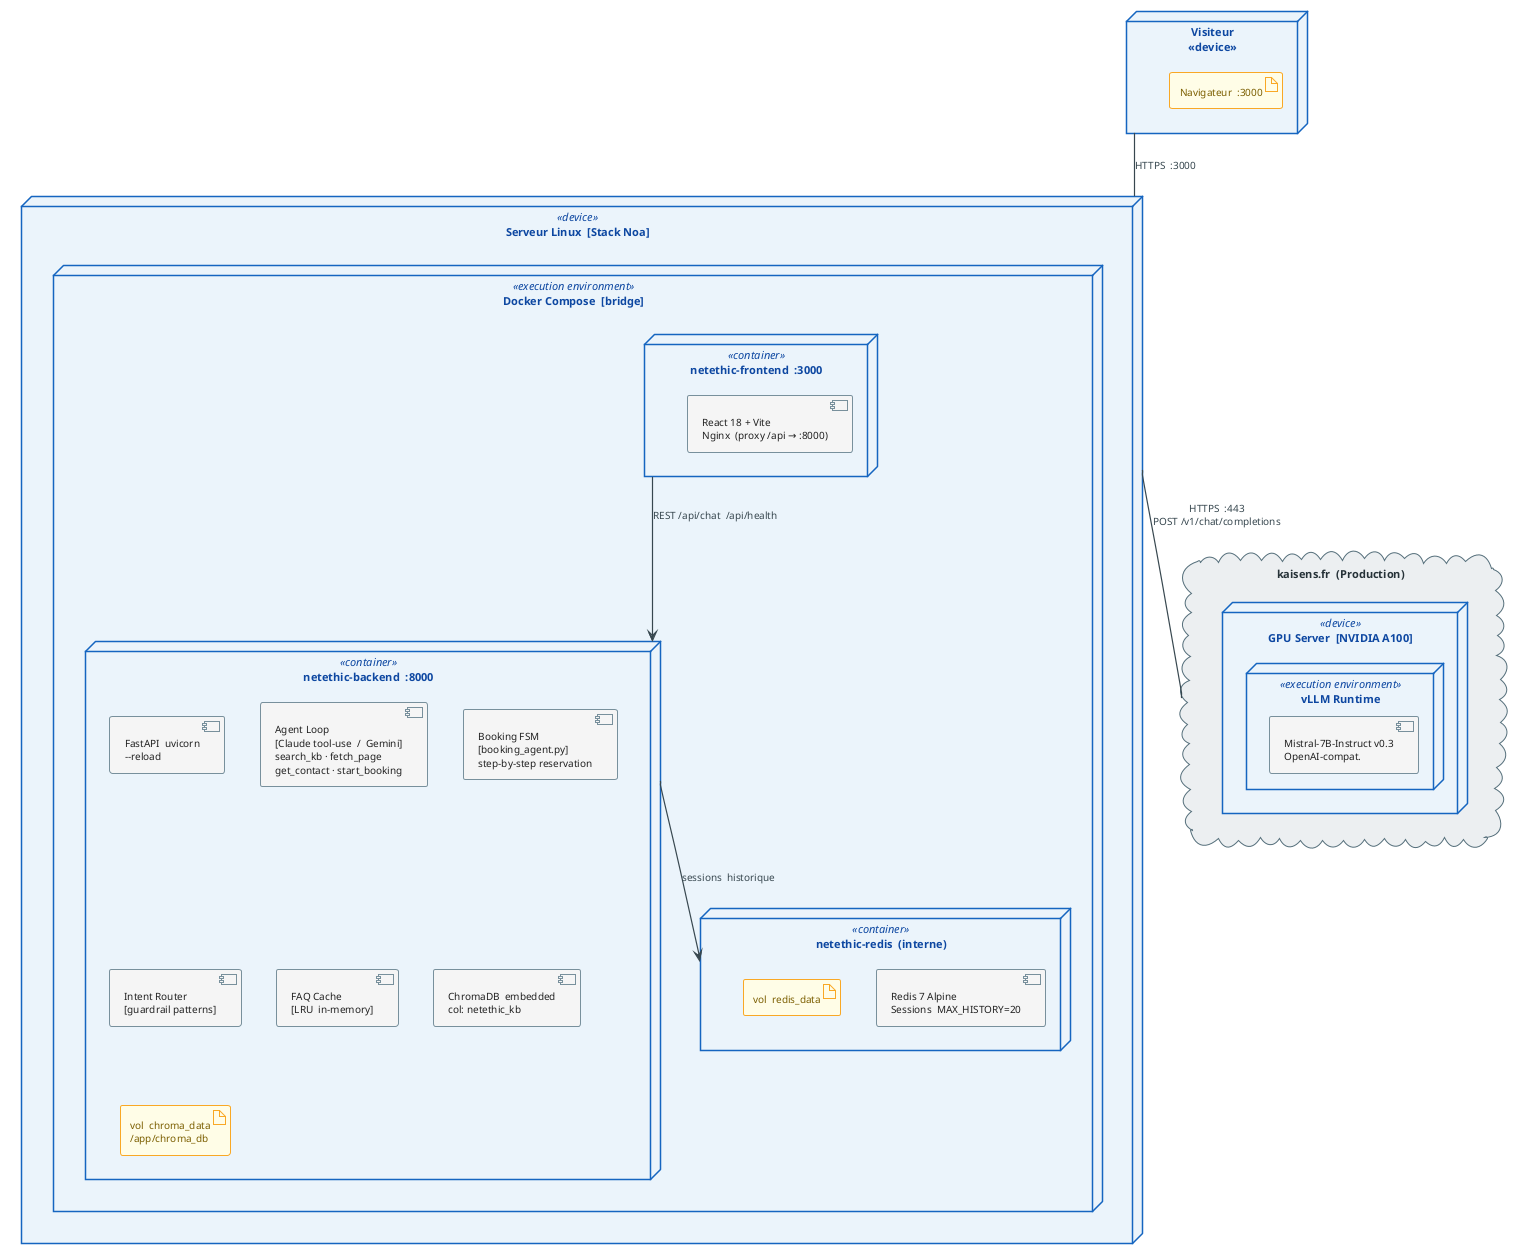
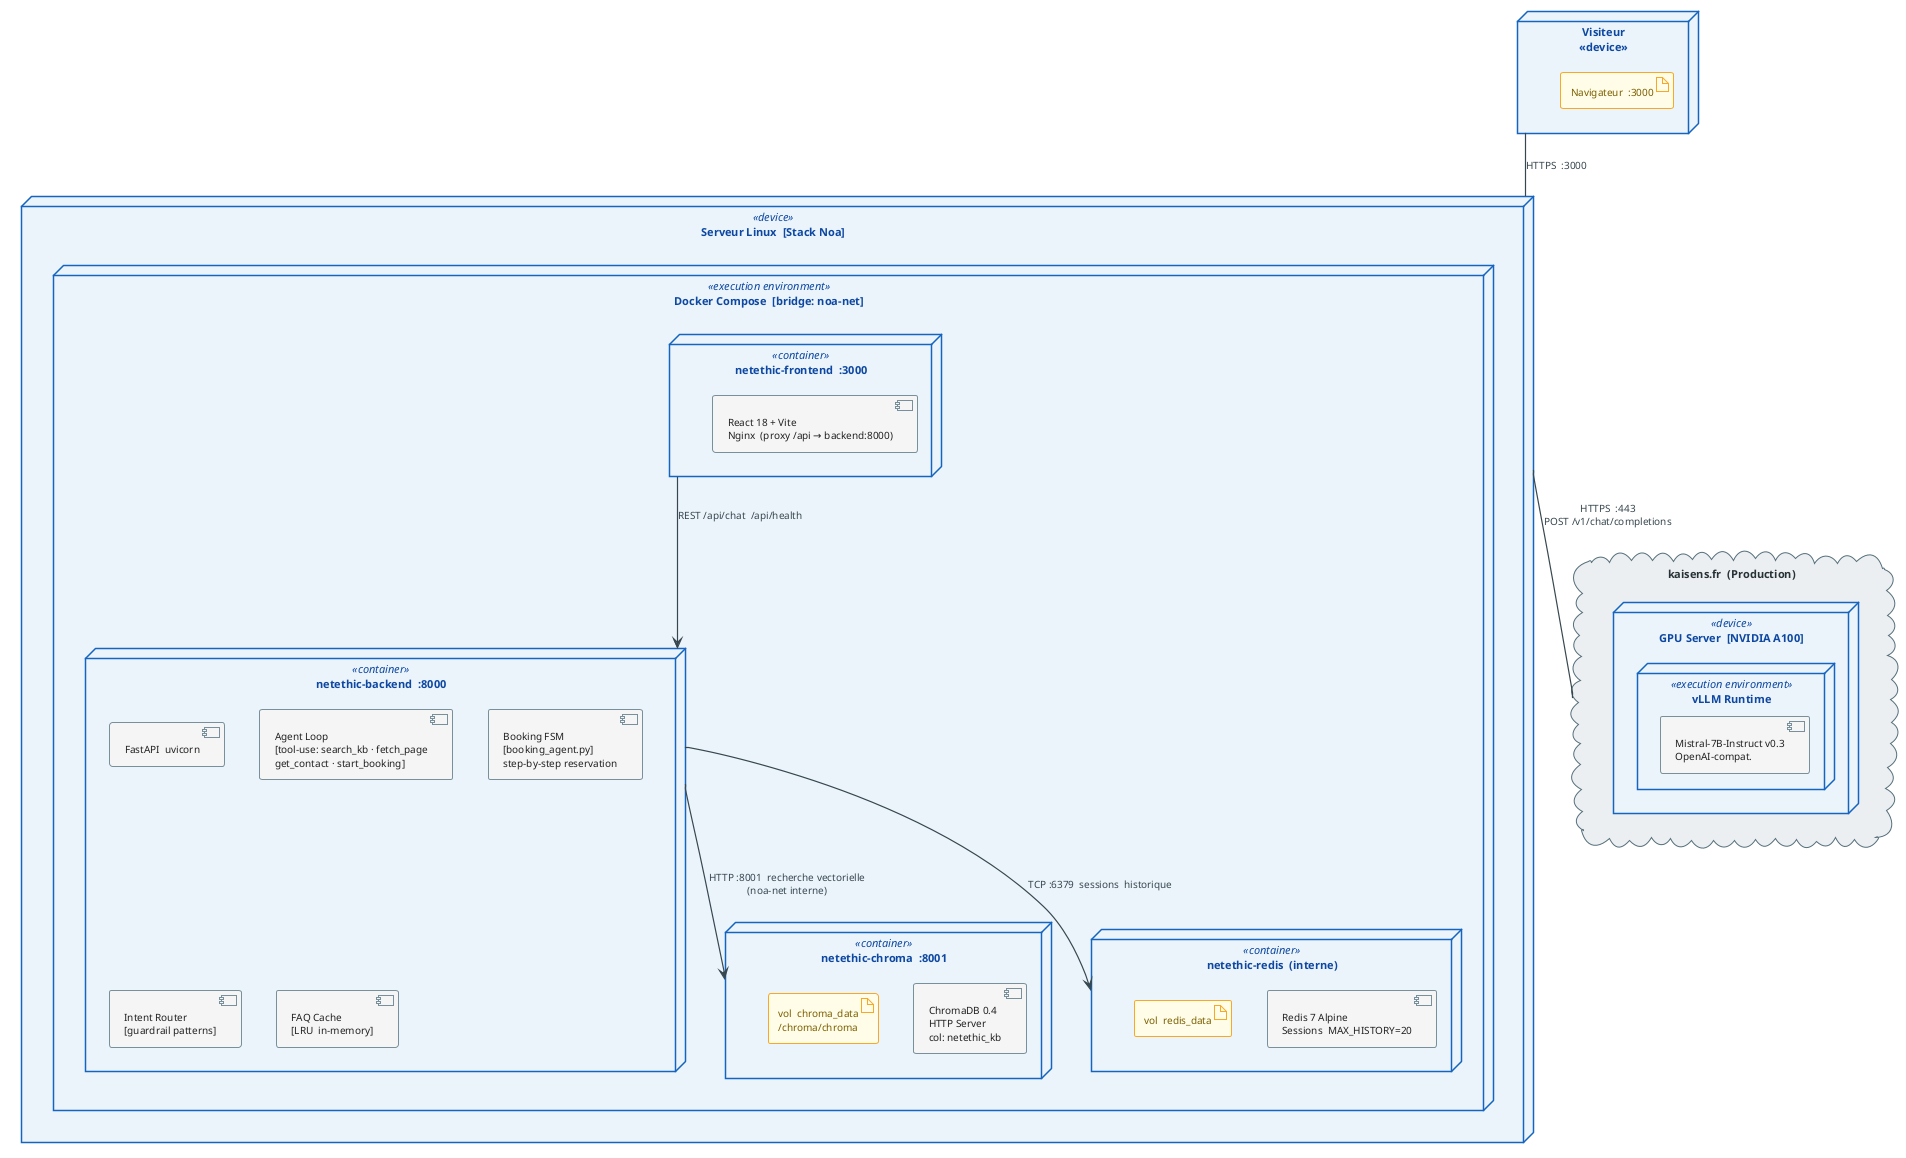
- ﻿@startuml deploiement_noa
+ @startuml deploiement_noa
!theme plain
skinparam defaultFontName Arial
skinparam defaultFontSize 11
skinparam shadowing false

skinparam node {
  BackgroundColor #EBF4FB
  BorderColor     #1565C0
  BorderThickness 1.5
  FontColor       #0D47A1
  FontSize        11
}
skinparam artifact {
  BackgroundColor #FFFDE7
  BorderColor     #F9A825
  FontColor       #7B5E00
  FontSize        10
}
skinparam component {
  BackgroundColor #F5F5F5
  BorderColor     #78909C
  FontColor       #212121
  FontSize        10
}
skinparam cloud {
  BackgroundColor #ECEFF1
  BorderColor     #546E7A
  FontColor       #263238
}
skinparam arrow {
  Color     #37474F
  Thickness 1.2
  FontSize  10
  FontColor #37474F
}


' ─── CLIENT ────────────────────────────────────────────────
node "Visiteur\n<<device>>" as CLI {
  artifact "Navigateur  :3000" as BR
}

' ─── STACK NOA ─────────────────────────────────────────────
node "Serveur Linux  [Stack Noa]" <<device>> as HOST {
-   node "Docker Compose  [bridge]" <<execution environment>> as NET {
+   node "Docker Compose  [bridge: noa-net]" <<execution environment>> as NET {

    node "netethic-frontend  :3000" <<container>> as FE {
-       component "React 18 + Vite\nNginx  (proxy /api → :8000)" as SVC_FE
+       component "React 18 + Vite\nNginx  (proxy /api → backend:8000)" as SVC_FE
    }

    node "netethic-backend  :8000" <<container>> as API {
-       component "FastAPI  uvicorn\n--reload" as SVC_API
-       component "Agent Loop\n[Claude tool-use  /  Gemini]\nsearch_kb · fetch_page\nget_contact · start_booking" as SVC_AGT
+       component "FastAPI  uvicorn" as SVC_API
+       component "Agent Loop\n[tool-use: search_kb · fetch_page\nget_contact · start_booking]" as SVC_AGT
      component "Booking FSM\n[booking_agent.py]\nstep-by-step reservation" as SVC_FSM
      component "Intent Router\n[guardrail patterns]" as SVC_GRD
      component "FAQ Cache\n[LRU  in-memory]" as SVC_CACHE
-       component "ChromaDB  embedded\ncol: netethic_kb" as SVC_CHR
-       artifact "vol  chroma_data\n/app/chroma_db" as VOL_CHR
+     }
+ 
+     node "netethic-chroma  :8001" <<container>> as CHR {
+       component "ChromaDB 0.4\nHTTP Server\ncol: netethic_kb" as SVC_CHR
+       artifact "vol  chroma_data\n/chroma/chroma" as VOL_CHR
    }

    node "netethic-redis  (interne)" <<container>> as RED {
      component "Redis 7 Alpine\nSessions  MAX_HISTORY=20" as SVC_RED
      artifact "vol  redis_data" as VOL_RED
    }
  }
}

' ─── LLM EXTERNE ───────────────────────────────────────────
cloud "kaisens.fr  (Production)" as EXT {
  node "GPU Server  [NVIDIA A100]" <<device>> as GPU {
    node "vLLM Runtime" <<execution environment>> {
      component "Mistral-7B-Instruct v0.3\nOpenAI-compat." as LLM_PROD
    }
  }
}

' ─── CONNEXIONS ────────────────────────────────────────────
CLI  --  HOST  : HTTPS  :3000
HOST --  EXT   : HTTPS  :443\nPOST /v1/chat/completions

FE   --> API   : REST /api/chat  /api/health
- API  --> RED   : sessions  historique
+ API  --> CHR   : HTTP :8001  recherche vectorielle\n(noa-net interne)
+ API  --> RED   : TCP :6379  sessions  historique

@enduml
